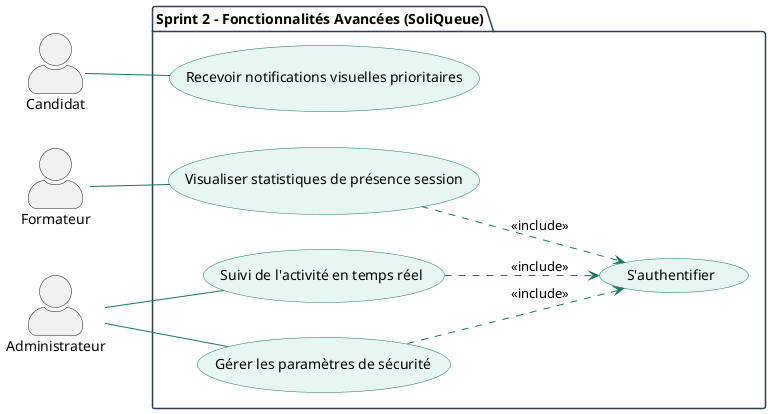
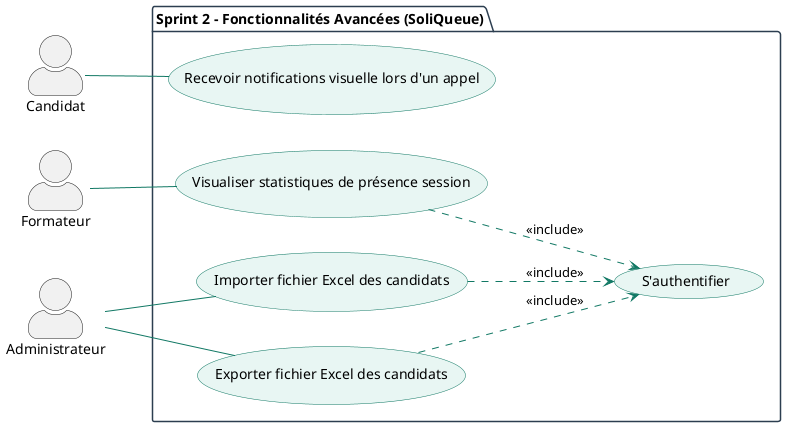
@startuml SoliQueue_Sprint2
left to right direction
skinparam actorStyle awesome

skinparam package {
    BackgroundColor White
    BorderColor #2C3E50
}

skinparam usecase {
    BackgroundColor #E8F6F3
    BorderColor #117864
    ArrowColor #117864
}

actor "Candidat" as C
actor "Formateur" as F
actor "Administrateur" as Admin

package "Sprint 2 – Fonctionnalités Avancées (SoliQueue)" {

    ' ========================
    ' Améliorations Candidat
    ' ========================
-     usecase "Recevoir notifications visuelles prioritaires" as UC1
+     usecase "Recevoir notifications visuelle lors d'un appel" as UC1

    C -- UC1


    ' ========================
    ' Améliorations Formateur
    ' ========================
    usecase "Visualiser statistiques de présence session" as UC4

    F -- UC4


    ' ========================
    ' Améliorations Administrateur
    ' ========================
-     usecase "Suivi de l'activité en temps réel" as UC5
-     usecase "Gérer les paramètres de sécurité" as UC6
+     usecase "Importer fichier Excel des candidats" as UC5
+     usecase "Exporter fichier Excel des candidats" as UC6

    Admin -- UC5
    Admin -- UC6
+ 

    usecase "S'authentifier" as Auth

    UC4 ..> Auth : <<include>>
    UC5 ..> Auth : <<include>>
    UC6 ..> Auth : <<include>>
}

@enduml
